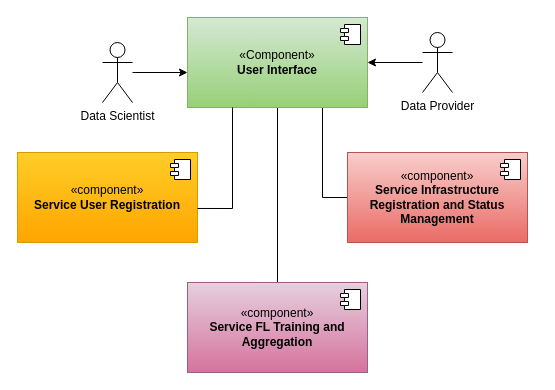
The draw.io diagram Thesis/Logical View.drawio in anandanlk/Drawings, before the edit. Source tidied: cells renumbered, new cells numbered last; positions are measured from the earlier drawing's top-left corner, leaving out a move shared by most shapes. Both pictures are drawn from the tidied source at 100%, with x=0, y=0 at pixel (17, 17).
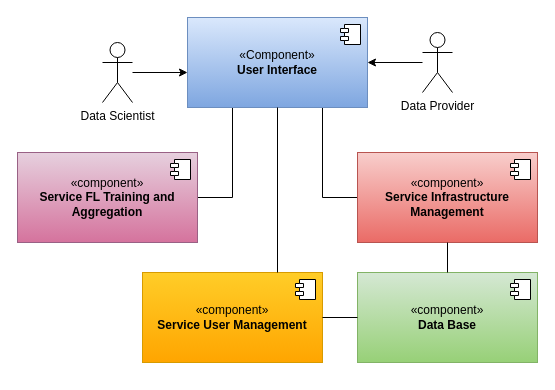
The same diagram, later.

Change to the diagram source:
```diff
@@
-    <mxCell id="2" style="edgeStyle=orthogonalEdgeStyle;rounded=0;jettySize=auto;html=1;exitX=0.5;exitY=1;exitDx=0;exitDy=0;endArrow=none;endFill=0;entryX=0.5;entryY=0;entryDx=0;entryDy=0;" parent="1" edge="1" source="4" target="10">
+    <mxCell id="2" style="edgeStyle=orthogonalEdgeStyle;rounded=0;jettySize=auto;html=1;exitX=0.25;exitY=1;exitDx=0;exitDy=0;endArrow=none;endFill=0;entryX=1;entryY=0.5;entryDx=0;entryDy=0;" parent="1" edge="1" source="4" target="10">
       <mxGeometry relative="1" as="geometry" />
     </mxCell>
@@
-    <mxCell id="4" value="«Component»&lt;br&gt;&lt;b&gt;User Interface&lt;/b&gt;" style="html=1;whiteSpace=wrap;fillColor=#d5e8d4;strokeColor=#82b366;gradientColor=#97d077;" parent="1" vertex="1">
+    <mxCell id="4" value="«Component»&lt;br&gt;&lt;b&gt;User Interface&lt;/b&gt;" style="html=1;whiteSpace=wrap;fillColor=#dae8fc;strokeColor=#6c8ebf;gradientColor=#7ea6e0;" parent="1" vertex="1">
       <mxGeometry x="170" width="180" height="90" as="geometry" />
     </mxCell>
@@
-    <mxCell id="8" value="«component»&lt;br&gt;&lt;b&gt;Service User Registration&lt;/b&gt;" style="html=1;whiteSpace=wrap;fillColor=#ffcd28;strokeColor=#d79b00;gradientColor=#ffa500;" parent="1" vertex="1">
-      <mxGeometry y="135" width="180" height="90" as="geometry" />
+    <mxCell id="8" value="«component»&lt;br&gt;&lt;b&gt;Service User Management&lt;/b&gt;" style="html=1;whiteSpace=wrap;fillColor=#ffcd28;strokeColor=#d79b00;gradientColor=#ffa500;" parent="1" vertex="1">
+      <mxGeometry x="125" y="255" width="180" height="90" as="geometry" />
     </mxCell>
@@
     <mxCell id="10" value="«component»&lt;br&gt;&lt;b&gt;Service FL Training and Aggregation&lt;/b&gt;" style="html=1;whiteSpace=wrap;fillColor=#e6d0de;strokeColor=#996185;gradientColor=#d5739d;" parent="1" vertex="1">
-      <mxGeometry x="170" y="265" width="180" height="90" as="geometry" />
+      <mxGeometry y="135" width="180" height="90" as="geometry" />
     </mxCell>
@@
-    <mxCell id="12" value="«component»&lt;br&gt;&lt;b&gt;Service Infrastructure Registration and Status Management&lt;/b&gt;" style="html=1;whiteSpace=wrap;fillColor=#f8cecc;gradientColor=#ea6b66;strokeColor=#b85450;" parent="1" vertex="1">
-      <mxGeometry x="330" y="135" width="180" height="90" as="geometry" />
+    <mxCell id="12" value="«component»&lt;br&gt;&lt;b&gt;Service Infrastructure Management&lt;/b&gt;" style="html=1;whiteSpace=wrap;fillColor=#f8cecc;gradientColor=#ea6b66;strokeColor=#b85450;" parent="1" vertex="1">
+      <mxGeometry x="340" y="135" width="180" height="90" as="geometry" />
     </mxCell>
@@
-    <mxCell id="14" style="edgeStyle=orthogonalEdgeStyle;rounded=0;jettySize=auto;html=1;exitX=0.25;exitY=1;exitDx=0;exitDy=0;entryX=1;entryY=0.622;entryDx=0;entryDy=0;entryPerimeter=0;endArrow=none;endFill=0;" parent="1" edge="1" source="4" target="8">
+    <mxCell id="14" style="edgeStyle=orthogonalEdgeStyle;rounded=0;jettySize=auto;html=1;entryX=0.75;entryY=0;entryDx=0;entryDy=0;endArrow=none;endFill=0;exitX=0.5;exitY=1;exitDx=0;exitDy=0;" parent="1" edge="1" source="4" target="8">
       <mxGeometry relative="1" as="geometry" />
     </mxCell>
@@
+    <mxCell id="17" value="«component»&lt;br&gt;&lt;b&gt;Data Base&lt;/b&gt;" style="html=1;whiteSpace=wrap;fillColor=#d5e8d4;strokeColor=#82b366;gradientColor=#97d077;" parent="1" vertex="1">
+      <mxGeometry x="340" y="255" width="180" height="90" as="geometry" />
+    </mxCell>
+    <mxCell id="18" style="shape=module;jettyWidth=8;jettyHeight=4;" parent="17" vertex="1">
+      <mxGeometry x="1" width="20" height="20" relative="1" as="geometry">
+        <mxPoint x="-27" y="7" as="offset" />
+      </mxGeometry>
+    </mxCell>
+    <mxCell id="19" style="edgeStyle=orthogonalEdgeStyle;rounded=0;jettySize=auto;html=1;entryX=0;entryY=0.5;entryDx=0;entryDy=0;endArrow=none;endFill=0;exitX=1;exitY=0.5;exitDx=0;exitDy=0;" parent="1" edge="1" source="8" target="17">
+      <mxGeometry relative="1" as="geometry" />
+    </mxCell>
+    <mxCell id="20" style="edgeStyle=orthogonalEdgeStyle;rounded=0;jettySize=auto;html=1;entryX=0.5;entryY=0;entryDx=0;entryDy=0;endArrow=none;endFill=0;exitX=0.5;exitY=1;exitDx=0;exitDy=0;" parent="1" edge="1" source="12" target="17">
+      <mxGeometry relative="1" as="geometry" />
+    </mxCell>
```
